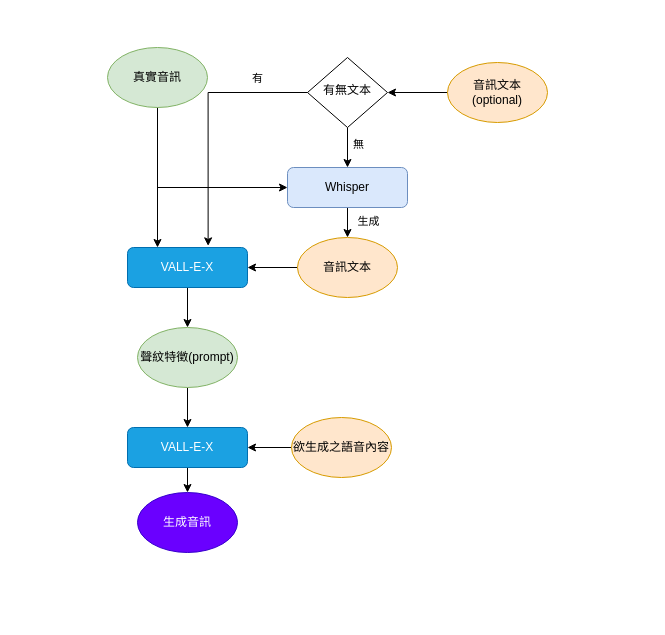
Earlier version of the draw.io diagram Diagram/VALLEX語音生成實作流程圖.drawio (SparrowTen/VALL-E-X). Source tidied: cells renumbered, new cells numbered last; positions are measured from the earlier drawing's top-left corner, leaving out a move shared by most shapes. Both pictures are drawn from the tidied source at 100%, with x=0, y=0 at pixel (107, 47).
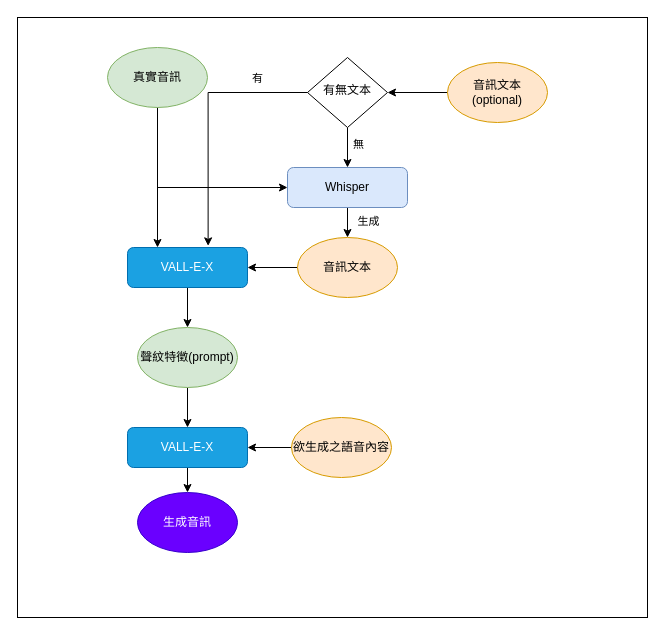
The same page after the edit.

Commit message (it also covers changes not shown here):
更新VALLEX語音生成實作流程圖.drawio

Diff of the diagram source:
```diff
@@
+    <mxCell id="26" style="rounded=0;whiteSpace=wrap;html=1;" parent="1" vertex="1">
+      <mxGeometry x="-90" y="-30" width="630" height="600" as="geometry" />
+    </mxCell>
```
